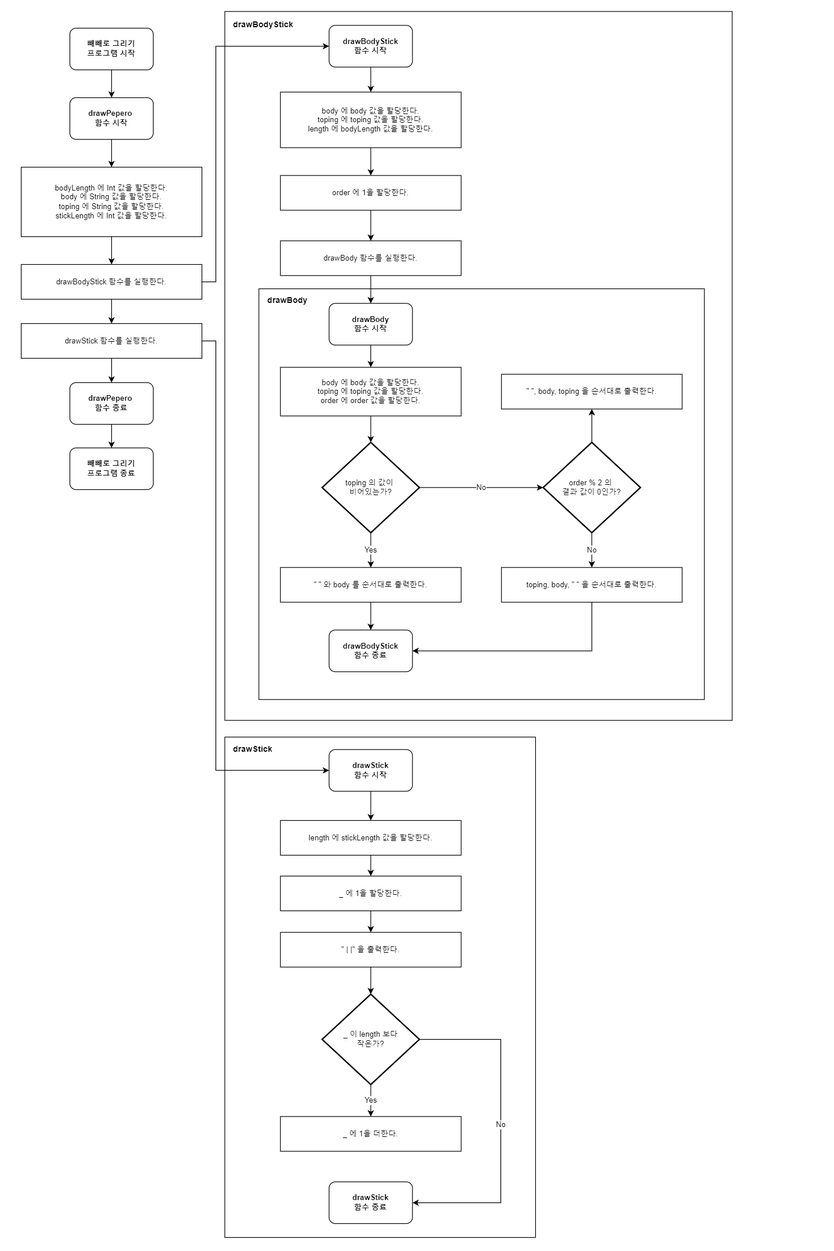
yagom-academy/swift-starter-camp-4th keeps this draw.io diagram as CodeStarterCamp_Week1/빼빼로 그리기 순서도.png. Above is the earlier version. Source tidied: cells renumbered, new cells last; positions are measured from the earlier drawing's top-left corner, leaving out a move shared by most shapes.
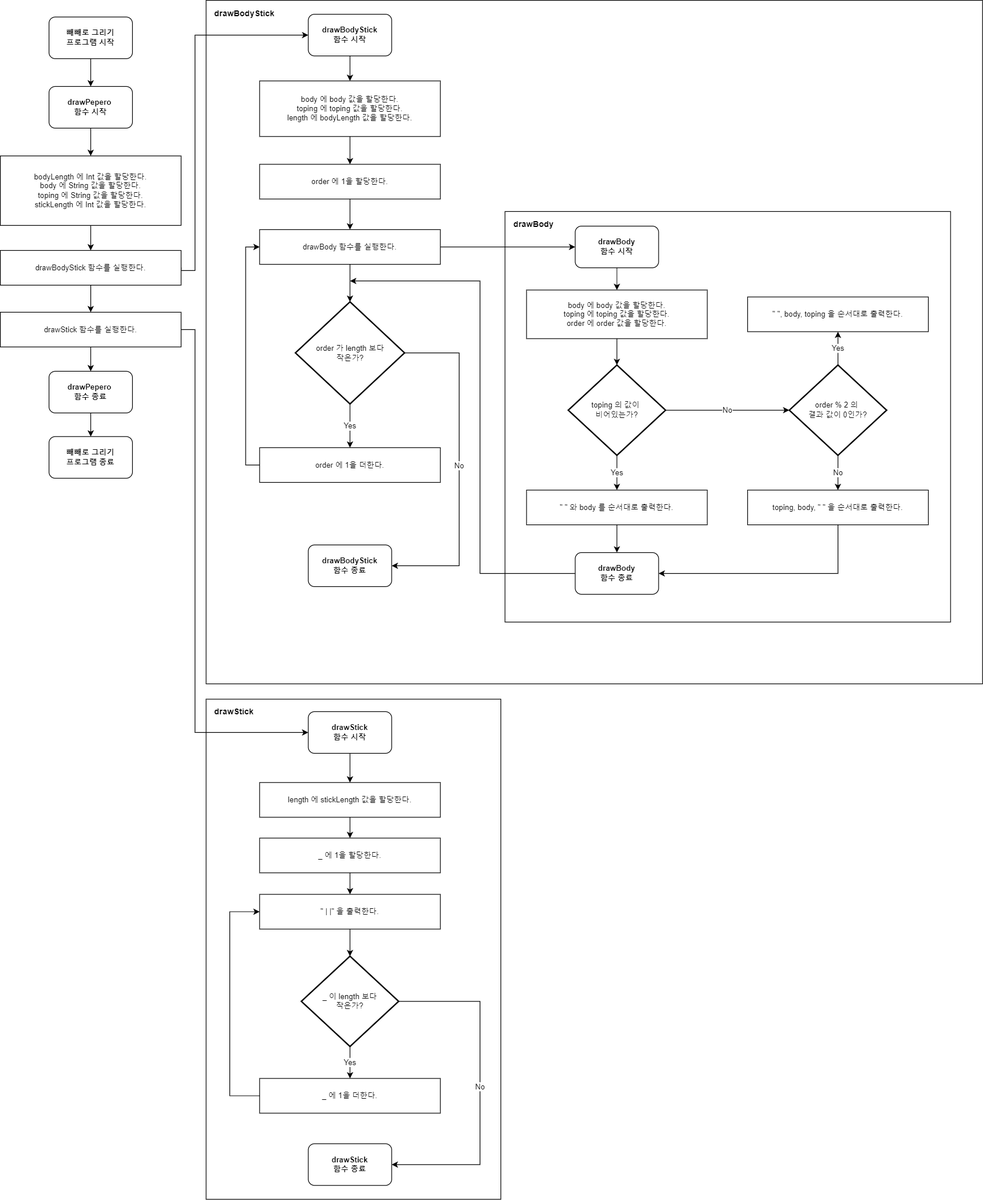
The same file after the commit.

Commit message:
빼빼로 그리기 순서도 이미지 수정

What changed in the source:
```diff
@@ -3,13 +3,13 @@
     <mxCell id="0" />
     <mxCell id="1" parent="0" />
     <mxCell id="2" style="rounded=0;whiteSpace=wrap;html=1;" parent="1" vertex="1">
-      <mxGeometry x="293" y="1044" width="447" height="720" as="geometry" />
+      <mxGeometry x="296" y="1006" width="424" height="720" as="geometry" />
     </mxCell>
     <mxCell id="3" style="rounded=0;whiteSpace=wrap;html=1;" parent="1" vertex="1">
-      <mxGeometry x="293" width="730" height="1020" as="geometry" />
+      <mxGeometry x="296" width="1117" height="984" as="geometry" />
     </mxCell>
     <mxCell id="4" style="rounded=0;whiteSpace=wrap;html=1;" parent="1" vertex="1">
-      <mxGeometry x="342" y="399" width="641" height="591" as="geometry" />
+      <mxGeometry x="726" y="304" width="641" height="591" as="geometry" />
     </mxCell>
     <mxCell id="5" style="edgeStyle=orthogonalEdgeStyle;rounded=0;jettySize=auto;html=1;exitX=0.5;exitY=1;exitDx=0;exitDy=0;entryX=0.5;entryY=0;entryDx=0;entryDy=0;" parent="1" edge="1" source="6" target="8">
       <mxGeometry relative="1" as="geometry" />
@@ -47,23 +47,26 @@
     <mxCell id="16" value="order 에 1을 할당한다." style="rounded=0;whiteSpace=wrap;html=1;fontSize=11;" parent="1" vertex="1">
       <mxGeometry x="373" y="236" width="260" height="50" as="geometry" />
     </mxCell>
+    <mxCell id="18" style="edgeStyle=orthogonalEdgeStyle;rounded=0;jettySize=auto;html=1;exitX=1;exitY=0.5;exitDx=0;exitDy=0;entryX=0;entryY=0.5;entryDx=0;entryDy=0;" parent="1" edge="1" source="19" target="10">
+      <mxGeometry relative="1" as="geometry">
+        <Array as="points">
+          <mxPoint x="280" y="389" />
+          <mxPoint x="280" y="50" />
+        </Array>
+      </mxGeometry>
+    </mxCell>
-    <mxCell id="17" style="edgeStyle=orthogonalEdgeStyle;rounded=0;jettySize=auto;html=1;exitX=0.5;exitY=1;exitDx=0;exitDy=0;entryX=0.5;entryY=0;entryDx=0;entryDy=0;" parent="1" edge="1" source="19" target="42">
+    <mxCell id="17" style="edgeStyle=orthogonalEdgeStyle;rounded=0;jettySize=auto;html=1;exitX=0.5;exitY=1;exitDx=0;exitDy=0;" parent="1" edge="1" source="19" target="42">
       <mxGeometry relative="1" as="geometry" />
     </mxCell>
-    <mxCell id="18" style="edgeStyle=orthogonalEdgeStyle;rounded=0;jettySize=auto;html=1;exitX=1;exitY=0.5;exitDx=0;exitDy=0;entryX=0;entryY=0.5;entryDx=0;entryDy=0;" parent="1" edge="1" source="19" target="10">
-      <mxGeometry relative="1" as="geometry">
-        <Array as="points">
-          <mxPoint x="280" y="389" />
-          <mxPoint x="280" y="50" />
-        </Array>
-      </mxGeometry>
-    </mxCell>
     <mxCell id="19" value="drawBodyStick 함수를 실행한다." style="rounded=0;whiteSpace=wrap;html=1;fontSize=11;" parent="1" vertex="1">
-      <mxGeometry y="364" width="260" height="50" as="geometry" />
+      <mxGeometry y="360" width="260" height="50" as="geometry" />
     </mxCell>
-    <mxCell id="20" style="edgeStyle=orthogonalEdgeStyle;rounded=0;jettySize=auto;html=1;exitX=0.5;exitY=1;exitDx=0;exitDy=0;" parent="1" edge="1" source="21" target="23">
+    <mxCell id="20" style="edgeStyle=orthogonalEdgeStyle;rounded=0;jettySize=auto;html=1;exitX=1;exitY=0.5;exitDx=0;exitDy=0;entryX=0;entryY=0.5;entryDx=0;entryDy=0;" parent="1" edge="1" source="21" target="23">
       <mxGeometry relative="1" as="geometry" />
     </mxCell>
+    <mxCell id="60" style="edgeStyle=orthogonalEdgeStyle;rounded=0;jettySize=auto;html=1;exitX=0.5;exitY=1;exitDx=0;exitDy=0;entryX=0.5;entryY=0;entryDx=0;entryDy=0;entryPerimeter=0;" parent="1" edge="1" source="21" target="65">
+      <mxGeometry relative="1" as="geometry" />
+    </mxCell>
     <mxCell id="21" value="drawBody 함수를 실행한다." style="rounded=0;whiteSpace=wrap;html=1;fontSize=11;" parent="1" vertex="1">
       <mxGeometry x="373" y="330" width="260" height="50" as="geometry" />
     </mxCell>
@@ -71,13 +74,13 @@
       <mxGeometry relative="1" as="geometry" />
     </mxCell>
     <mxCell id="23" value="&lt;b&gt;drawBody&lt;br&gt;함수 시작&lt;/b&gt;" style="rounded=1;whiteSpace=wrap;html=1;fontSize=11;" parent="1" vertex="1">
-      <mxGeometry x="443" y="420" width="120" height="60" as="geometry" />
+      <mxGeometry x="827" y="325" width="120" height="60" as="geometry" />
     </mxCell>
     <mxCell id="24" style="edgeStyle=orthogonalEdgeStyle;rounded=0;jettySize=auto;html=1;exitX=0.5;exitY=1;exitDx=0;exitDy=0;entryX=0.5;entryY=0;entryDx=0;entryDy=0;entryPerimeter=0;" parent="1" edge="1" source="25" target="28">
       <mxGeometry relative="1" as="geometry" />
     </mxCell>
     <mxCell id="25" value="&lt;div&gt;body 에 body 값을 할당한다.&lt;/div&gt;&lt;div&gt;toping 에 toping 값을 할당한다.&lt;/div&gt;&lt;div&gt;order 에 order 값을 할당한다.&lt;/div&gt;" style="rounded=0;whiteSpace=wrap;html=1;fontSize=11;" parent="1" vertex="1">
-      <mxGeometry x="373" y="512" width="260" height="70" as="geometry" />
+      <mxGeometry x="757" y="417" width="260" height="70" as="geometry" />
     </mxCell>
     <mxCell id="26" value="Yes" style="edgeStyle=orthogonalEdgeStyle;rounded=0;jettySize=auto;html=1;exitX=0.5;exitY=1;exitDx=0;exitDy=0;exitPerimeter=0;fontSize=11;" parent="1" edge="1" source="28" target="30">
       <mxGeometry relative="1" as="geometry" />
@@ -86,55 +89,59 @@
       <mxGeometry relative="1" as="geometry" />
     </mxCell>
     <mxCell id="28" value="toping 의 값이 &lt;br&gt;비어있는가?" style="strokeWidth=2;html=1;shape=mxgraph.flowchart.decision;whiteSpace=wrap;fontSize=11;" parent="1" vertex="1">
-      <mxGeometry x="433" y="620" width="140" height="130" as="geometry" />
+      <mxGeometry x="817" y="525" width="140" height="130" as="geometry" />
     </mxCell>
     <mxCell id="29" style="edgeStyle=orthogonalEdgeStyle;rounded=0;jettySize=auto;html=1;exitX=0.5;exitY=1;exitDx=0;exitDy=0;" parent="1" edge="1" source="30" target="37">
       <mxGeometry relative="1" as="geometry" />
     </mxCell>
     <mxCell id="30" value="&quot; &quot; 와 body 를 순서대로 출력한다." style="rounded=0;whiteSpace=wrap;html=1;fontSize=11;" parent="1" vertex="1">
-      <mxGeometry x="373" y="800" width="260" height="50" as="geometry" />
+      <mxGeometry x="757" y="705" width="260" height="50" as="geometry" />
     </mxCell>
     <mxCell id="31" value="No" style="edgeStyle=orthogonalEdgeStyle;rounded=0;jettySize=auto;html=1;exitX=0.5;exitY=1;exitDx=0;exitDy=0;exitPerimeter=0;entryX=0.5;entryY=0;entryDx=0;entryDy=0;" parent="1" edge="1" source="33" target="36">
       <mxGeometry relative="1" as="geometry" />
     </mxCell>
     <mxCell id="32" value="Yes" style="edgeStyle=orthogonalEdgeStyle;rounded=0;jettySize=auto;html=1;exitX=0.5;exitY=0;exitDx=0;exitDy=0;exitPerimeter=0;entryX=0.5;entryY=1;entryDx=0;entryDy=0;" parent="1" edge="1" source="33" target="34">
-      <mxGeometry relative="1" as="geometry">
-        <Array as="points">
-          <mxPoint x="808" y="704" />
-          <mxPoint x="808" y="704" />
-        </Array>
-      </mxGeometry>
+      <mxGeometry relative="1" as="geometry" />
     </mxCell>
     <mxCell id="33" value="order % 2 의 &lt;br&gt;결과 값이 0인가?" style="strokeWidth=2;html=1;shape=mxgraph.flowchart.decision;whiteSpace=wrap;fontSize=11;" parent="1" vertex="1">
-      <mxGeometry x="751" y="620" width="140" height="130" as="geometry" />
+      <mxGeometry x="1135" y="525" width="140" height="130" as="geometry" />
     </mxCell>
     <mxCell id="34" value="&quot; &quot;, body, toping 을 순서대로 출력한다." style="rounded=0;whiteSpace=wrap;html=1;fontSize=11;" parent="1" vertex="1">
-      <mxGeometry x="691" y="522" width="260" height="50" as="geometry" />
+      <mxGeometry x="1075" y="427" width="260" height="50" as="geometry" />
     </mxCell>
     <mxCell id="35" style="edgeStyle=orthogonalEdgeStyle;rounded=0;jettySize=auto;html=1;exitX=0.5;exitY=1;exitDx=0;exitDy=0;entryX=1;entryY=0.5;entryDx=0;entryDy=0;" parent="1" edge="1" source="36" target="37">
       <mxGeometry relative="1" as="geometry" />
     </mxCell>
     <mxCell id="36" value="toping, body, &quot; &quot; 을 순서대로 출력한다." style="rounded=0;whiteSpace=wrap;html=1;fontSize=11;" parent="1" vertex="1">
-      <mxGeometry x="691" y="800" width="260" height="50" as="geometry" />
+      <mxGeometry x="1075" y="705" width="260" height="50" as="geometry" />
     </mxCell>
+    <mxCell id="61" style="edgeStyle=orthogonalEdgeStyle;rounded=0;jettySize=auto;html=1;exitX=0;exitY=0.5;exitDx=0;exitDy=0;" parent="1" edge="1" source="37">
+      <mxGeometry relative="1" as="geometry">
+        <mxPoint x="503" y="404" as="targetPoint" />
+        <Array as="points">
+          <mxPoint x="690" y="825" />
+          <mxPoint x="690" y="404" />
+        </Array>
+      </mxGeometry>
+    </mxCell>
-    <mxCell id="37" value="&lt;b&gt;drawBodyStick&lt;br style=&quot;font-size: 11px&quot;&gt;함수 종료&lt;/b&gt;" style="rounded=1;whiteSpace=wrap;html=1;fontSize=11;" parent="1" vertex="1">
-      <mxGeometry x="443" y="890" width="120" height="60" as="geometry" />
+    <mxCell id="37" value="&lt;b&gt;drawBody&lt;br style=&quot;font-size: 11px&quot;&gt;함수 종료&lt;/b&gt;" style="rounded=1;whiteSpace=wrap;html=1;fontSize=11;" parent="1" vertex="1">
+      <mxGeometry x="827" y="795" width="120" height="60" as="geometry" />
     </mxCell>
     <mxCell id="38" value="drawBody" style="text;html=1;align=center;verticalAlign=middle;strokeColor=none;fillColor=none;fontStyle=1;" parent="1" vertex="1">
-      <mxGeometry x="348" y="406" width="70" height="20" as="geometry" />
+      <mxGeometry x="732" y="313" width="70" height="20" as="geometry" />
     </mxCell>
     <mxCell id="39" value="&lt;b&gt;drawBodyStick&lt;/b&gt;" style="text;html=1;align=center;verticalAlign=middle;strokeColor=none;fillColor=none;" parent="1" vertex="1">
-      <mxGeometry x="298" y="9" width="100" height="20" as="geometry" />
+      <mxGeometry x="301" y="9" width="100" height="20" as="geometry" />
     </mxCell>
     <mxCell id="40" style="edgeStyle=orthogonalEdgeStyle;rounded=0;jettySize=auto;html=1;exitX=1;exitY=0.5;exitDx=0;exitDy=0;entryX=0;entryY=0.5;entryDx=0;entryDy=0;" parent="1" edge="1" source="42" target="44">
       <mxGeometry relative="1" as="geometry">
         <Array as="points">
           <mxPoint x="280" y="474" />
-          <mxPoint x="280" y="1092" />
+          <mxPoint x="280" y="1054" />
         </Array>
       </mxGeometry>
     </mxCell>
-    <mxCell id="41" style="edgeStyle=orthogonalEdgeStyle;rounded=0;jettySize=auto;html=1;exitX=0.5;exitY=1;exitDx=0;exitDy=0;" parent="1" edge="1" source="42" target="58">
+    <mxCell id="41" style="edgeStyle=orthogonalEdgeStyle;rounded=0;jettySize=auto;html=1;exitX=0.5;exitY=1;exitDx=0;exitDy=0;entryX=0.5;entryY=0;entryDx=0;entryDy=0;" parent="1" edge="1" source="42" target="58">
       <mxGeometry relative="1" as="geometry" />
     </mxCell>
     <mxCell id="42" value="drawStick 함수를 실행한다." style="rounded=0;whiteSpace=wrap;html=1;fontSize=11;" parent="1" vertex="1">
@@ -144,19 +151,19 @@
       <mxGeometry relative="1" as="geometry" />
     </mxCell>
     <mxCell id="44" value="&lt;b&gt;drawStick&lt;br&gt;함수 시작&lt;br&gt;&lt;/b&gt;" style="rounded=1;whiteSpace=wrap;html=1;fontSize=11;" parent="1" vertex="1">
-      <mxGeometry x="443" y="1062" width="120" height="60" as="geometry" />
+      <mxGeometry x="443" y="1024" width="120" height="60" as="geometry" />
     </mxCell>
     <mxCell id="45" style="edgeStyle=orthogonalEdgeStyle;rounded=0;jettySize=auto;html=1;exitX=0.5;exitY=1;exitDx=0;exitDy=0;entryX=0.5;entryY=0;entryDx=0;entryDy=0;" parent="1" edge="1" source="46" target="48">
       <mxGeometry relative="1" as="geometry" />
     </mxCell>
     <mxCell id="46" value="length 에 stickLength 값을 할당한다." style="rounded=0;whiteSpace=wrap;html=1;fontSize=11;" parent="1" vertex="1">
-      <mxGeometry x="373" y="1164" width="260" height="50" as="geometry" />
+      <mxGeometry x="373" y="1126" width="260" height="50" as="geometry" />
     </mxCell>
     <mxCell id="47" style="edgeStyle=orthogonalEdgeStyle;rounded=0;jettySize=auto;html=1;exitX=0.5;exitY=1;exitDx=0;exitDy=0;entryX=0.5;entryY=0;entryDx=0;entryDy=0;" parent="1" edge="1" source="48" target="53">
       <mxGeometry relative="1" as="geometry" />
     </mxCell>
     <mxCell id="48" value="_ 에 1을 할당한다." style="rounded=0;whiteSpace=wrap;html=1;fontSize=11;" parent="1" vertex="1">
-      <mxGeometry x="373" y="1244" width="260" height="50" as="geometry" />
+      <mxGeometry x="373" y="1206" width="260" height="50" as="geometry" />
     </mxCell>
     <mxCell id="49" value="Yes" style="edgeStyle=orthogonalEdgeStyle;rounded=0;jettySize=auto;html=1;exitX=0.5;exitY=1;exitDx=0;exitDy=0;exitPerimeter=0;entryX=0.5;entryY=0;entryDx=0;entryDy=0;" parent="1" edge="1" source="51" target="54">
       <mxGeometry relative="1" as="geometry" />
@@ -164,28 +171,36 @@
     <mxCell id="50" value="No" style="edgeStyle=orthogonalEdgeStyle;rounded=0;jettySize=auto;html=1;exitX=1;exitY=0.5;exitDx=0;exitDy=0;exitPerimeter=0;entryX=1;entryY=0.5;entryDx=0;entryDy=0;" parent="1" edge="1" source="51" target="55">
       <mxGeometry relative="1" as="geometry">
         <Array as="points">
-          <mxPoint x="690" y="1479" />
-          <mxPoint x="690" y="1714" />
+          <mxPoint x="690" y="1441" />
+          <mxPoint x="690" y="1676" />
         </Array>
       </mxGeometry>
     </mxCell>
     <mxCell id="51" value="_ 이 length 보다&lt;br&gt;작은가?" style="strokeWidth=2;html=1;shape=mxgraph.flowchart.decision;whiteSpace=wrap;fontSize=11;" parent="1" vertex="1">
-      <mxGeometry x="433" y="1414" width="140" height="130" as="geometry" />
+      <mxGeometry x="433" y="1376" width="140" height="130" as="geometry" />
     </mxCell>
     <mxCell id="52" style="edgeStyle=orthogonalEdgeStyle;rounded=0;jettySize=auto;html=1;exitX=0.5;exitY=1;exitDx=0;exitDy=0;entryX=0.5;entryY=0;entryDx=0;entryDy=0;entryPerimeter=0;" parent="1" edge="1" source="53" target="51">
       <mxGeometry relative="1" as="geometry" />
     </mxCell>
     <mxCell id="53" value="&quot; | |&quot; 을 출력한다." style="rounded=0;whiteSpace=wrap;html=1;fontSize=11;" parent="1" vertex="1">
-      <mxGeometry x="373" y="1325" width="260" height="50" as="geometry" />
+      <mxGeometry x="373" y="1287" width="260" height="50" as="geometry" />
     </mxCell>
+    <mxCell id="62" style="edgeStyle=orthogonalEdgeStyle;rounded=0;jettySize=auto;html=1;exitX=0;exitY=0.5;exitDx=0;exitDy=0;entryX=0;entryY=0.5;entryDx=0;entryDy=0;" parent="1" edge="1" source="54" target="53">
+      <mxGeometry relative="1" as="geometry">
+        <Array as="points">
+          <mxPoint x="330" y="1577" />
+          <mxPoint x="330" y="1312" />
+        </Array>
+      </mxGeometry>
+    </mxCell>
     <mxCell id="54" value="_ 에 1을 더한다." style="rounded=0;whiteSpace=wrap;html=1;fontSize=11;" parent="1" vertex="1">
-      <mxGeometry x="373" y="1590" width="260" height="50" as="geometry" />
+      <mxGeometry x="373" y="1552" width="260" height="50" as="geometry" />
     </mxCell>
     <mxCell id="55" value="&lt;b&gt;drawStick&lt;br&gt;함수 종료&lt;br&gt;&lt;/b&gt;" style="rounded=1;whiteSpace=wrap;html=1;fontSize=11;" parent="1" vertex="1">
-      <mxGeometry x="443" y="1684" width="120" height="60" as="geometry" />
+      <mxGeometry x="443" y="1646" width="120" height="60" as="geometry" />
     </mxCell>
     <mxCell id="56" value="drawStick" style="text;html=1;align=center;verticalAlign=middle;strokeColor=none;fillColor=none;fontStyle=1;" parent="1" vertex="1">
-      <mxGeometry x="298" y="1052" width="70" height="20" as="geometry" />
+      <mxGeometry x="301" y="1014" width="70" height="20" as="geometry" />
     </mxCell>
     <mxCell id="57" style="edgeStyle=orthogonalEdgeStyle;rounded=0;jettySize=auto;html=1;exitX=0.5;exitY=1;exitDx=0;exitDy=0;entryX=0.5;entryY=0;entryDx=0;entryDy=0;" parent="1" edge="1" source="58" target="59">
       <mxGeometry relative="1" as="geometry" />
@@ -196,5 +211,28 @@
     <mxCell id="59" value="&lt;font style=&quot;font-size: 11px&quot;&gt;&lt;b&gt;빼빼로 그리기&lt;br style=&quot;font-size: 11px&quot;&gt;프로그램 종료&lt;/b&gt;&lt;/font&gt;" style="rounded=1;whiteSpace=wrap;html=1;fontSize=11;" parent="1" vertex="1">
       <mxGeometry x="70" y="628" width="120" height="60" as="geometry" />
     </mxCell>
+    <mxCell id="63" value="Yes" style="edgeStyle=orthogonalEdgeStyle;rounded=0;jettySize=auto;html=1;exitX=0.5;exitY=1;exitDx=0;exitDy=0;exitPerimeter=0;" parent="1" edge="1" source="65" target="67">
+      <mxGeometry relative="1" as="geometry" />
+    </mxCell>
+    <mxCell id="64" value="No" style="edgeStyle=orthogonalEdgeStyle;rounded=0;jettySize=auto;html=1;exitX=1;exitY=0.5;exitDx=0;exitDy=0;exitPerimeter=0;entryX=1;entryY=0.5;entryDx=0;entryDy=0;" parent="1" edge="1" source="65" target="68">
+      <mxGeometry relative="1" as="geometry">
+        <Array as="points">
+          <mxPoint x="660" y="508" />
+          <mxPoint x="660" y="814" />
+        </Array>
+      </mxGeometry>
+    </mxCell>
+    <mxCell id="65" value="order 가 length 보다&lt;br&gt;작은가?" style="strokeWidth=2;html=1;shape=mxgraph.flowchart.decision;whiteSpace=wrap;fontSize=11;" parent="1" vertex="1">
+      <mxGeometry x="424.5" y="434" width="157" height="147" as="geometry" />
+    </mxCell>
+    <mxCell id="66" style="edgeStyle=orthogonalEdgeStyle;rounded=0;jettySize=auto;html=1;exitX=0;exitY=0.5;exitDx=0;exitDy=0;entryX=0;entryY=0.5;entryDx=0;entryDy=0;" parent="1" edge="1" source="67" target="21">
+      <mxGeometry relative="1" as="geometry" />
+    </mxCell>
+    <mxCell id="67" value="order 에 1을 더한다." style="rounded=0;whiteSpace=wrap;html=1;fontSize=11;" parent="1" vertex="1">
+      <mxGeometry x="373" y="644" width="260" height="50" as="geometry" />
+    </mxCell>
+    <mxCell id="68" value="&lt;b&gt;drawBodyStick&lt;br style=&quot;font-size: 11px&quot;&gt;함수 종료&lt;/b&gt;" style="rounded=1;whiteSpace=wrap;html=1;fontSize=11;" parent="1" vertex="1">
+      <mxGeometry x="443" y="784" width="120" height="60" as="geometry" />
+    </mxCell>
   </root>
 </mxGraphModel>
```
